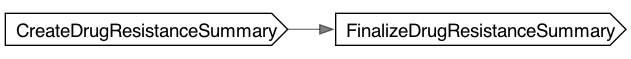
Before: dot/PfalciparumDrugResistanceSummary.dot.png, a diagram exported from Graphviz (broadinstitute/long-read-pipelines). Its source is kept beside it as dot/PfalciparumDrugResistanceSummary.dot. The source it was exported from:
```dot
digraph {
	compound=true rankdir=LR
	node [fontname=Roboto]
	edge [color="#00000080"]
	"call-CreateDrugResistanceSummary" [label=CreateDrugResistanceSummary shape=cds]
	"call-FinalizeDrugResistanceSummary" [label=FinalizeDrugResistanceSummary shape=cds]
	"call-CreateDrugResistanceSummary" -> "call-FinalizeDrugResistanceSummary"
}
```
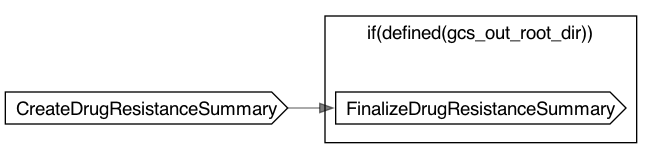
After the commit.

The edit, as a diff of the source:
```diff
@@ -3,6 +3,10 @@
 	node [fontname=Roboto]
 	edge [color="#00000080"]
 	"call-CreateDrugResistanceSummary" [label=CreateDrugResistanceSummary shape=cds]
-	"call-FinalizeDrugResistanceSummary" [label=FinalizeDrugResistanceSummary shape=cds]
+	subgraph "cluster-if-L30C5" {
+		fontname=Roboto label="if(defined(gcs_out_root_dir))" rank=same
+		"call-FinalizeDrugResistanceSummary" [label=FinalizeDrugResistanceSummary shape=cds]
+		"if-L30C5" [label="" height=0 margin=0 style=invis width=0]
+	}
 	"call-CreateDrugResistanceSummary" -> "call-FinalizeDrugResistanceSummary"
 }
```
